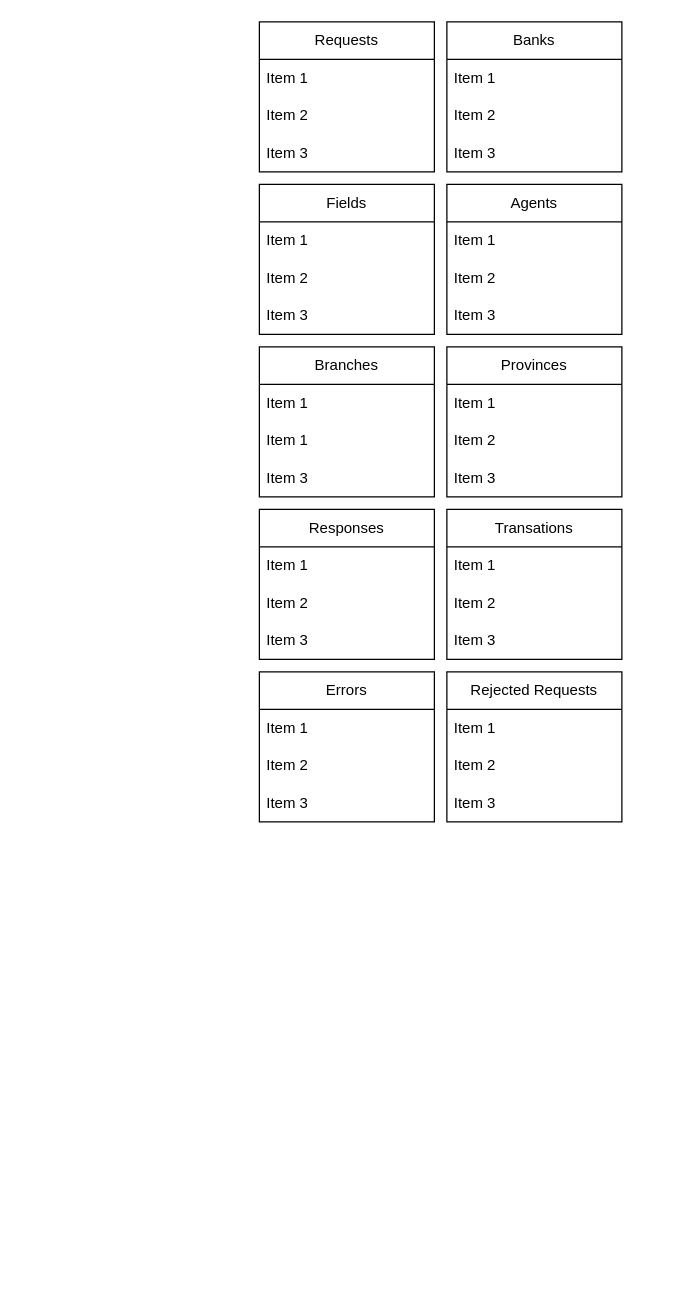
Above: PCPOSE.drawio in Promptamir/ER-short-notes (draw.io), before the change. Source tidied: cells renumbered, new cells numbered last; positions are measured from the earlier drawing's top-left corner, leaving out a move shared by most shapes. Both pictures are drawn from the tidied source at 125%, with x=0, y=0 at pixel (259, 21).
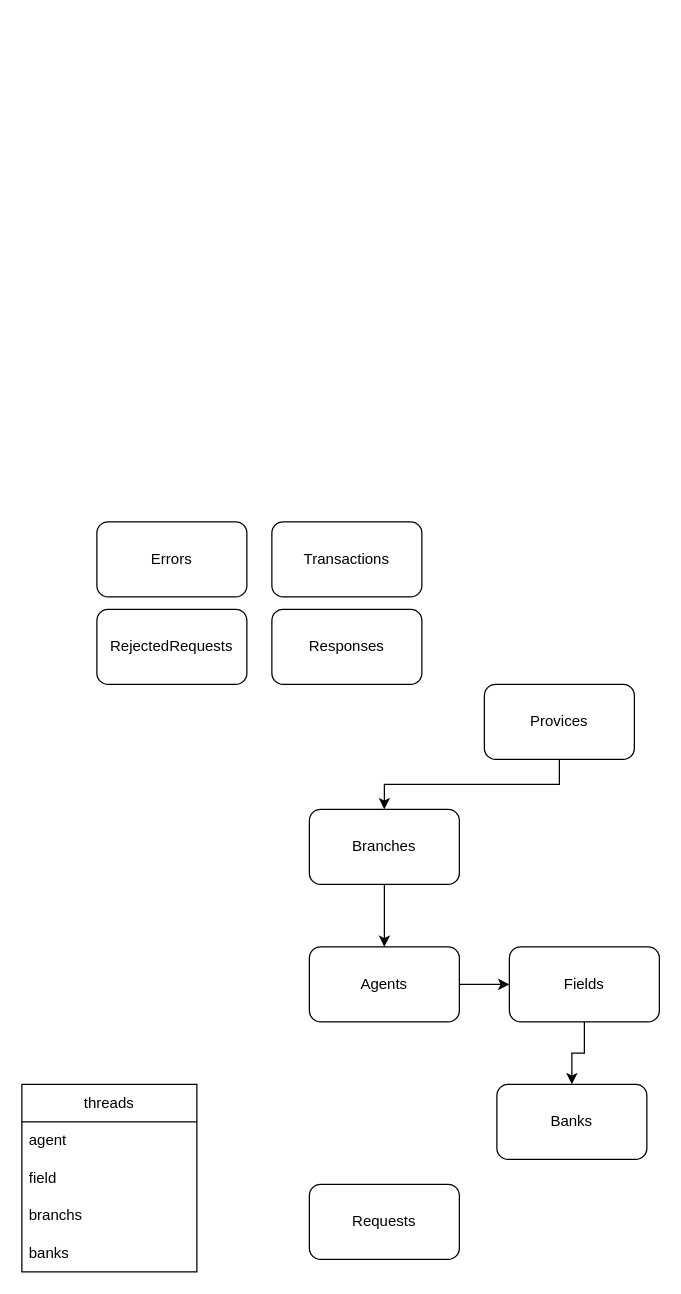
The same page after the edit.

Change to the diagram source:
```diff
@@
-    <mxCell id="2" value="Requests" style="swimlane;fontStyle=0;horizontal=1;startSize=30;whiteSpace=wrap;html=1;" parent="1" vertex="1">
-      <mxGeometry width="140" height="120" as="geometry" />
+    <mxCell id="2" value="Requests" style="rounded=1;whiteSpace=wrap;html=1;" parent="1" vertex="1">
+      <mxGeometry x="40" y="930" width="120" height="60" as="geometry" />
     </mxCell>
-    <mxCell id="3" value="Item 1" style="text;strokeColor=none;fillColor=none;align=left;verticalAlign=middle;spacingLeft=4;spacingRight=4;overflow=hidden;whiteSpace=wrap;html=1;" parent="2" vertex="1">
-      <mxGeometry y="30" width="140" height="30" as="geometry" />
-    </mxCell>
-    <mxCell id="4" value="Item 2" style="text;strokeColor=none;fillColor=none;align=left;verticalAlign=middle;spacingLeft=4;spacingRight=4;overflow=hidden;whiteSpace=wrap;html=1;" parent="2" vertex="1">
-      <mxGeometry y="60" width="140" height="30" as="geometry" />
-    </mxCell>
-    <mxCell id="5" value="Item 3" style="text;strokeColor=none;fillColor=none;align=left;verticalAlign=middle;spacingLeft=4;spacingRight=4;overflow=hidden;whiteSpace=wrap;html=1;" parent="2" vertex="1">
-      <mxGeometry y="90" width="140" height="30" as="geometry" />
-    </mxCell>
-    <mxCell id="6" value="Responses" style="swimlane;fontStyle=0;horizontal=1;startSize=30;whiteSpace=wrap;html=1;" parent="1" vertex="1">
-      <mxGeometry y="390" width="140" height="120" as="geometry" />
+    <mxCell id="6" value="Responses" style="rounded=1;whiteSpace=wrap;html=1;" parent="1" vertex="1">
+      <mxGeometry x="10" y="470" width="120" height="60" as="geometry" />
     </mxCell>
-    <mxCell id="7" value="Item 1" style="text;strokeColor=none;fillColor=none;align=left;verticalAlign=middle;spacingLeft=4;spacingRight=4;overflow=hidden;whiteSpace=wrap;html=1;" parent="6" vertex="1">
-      <mxGeometry y="30" width="140" height="30" as="geometry" />
-    </mxCell>
-    <mxCell id="8" value="Item 2" style="text;strokeColor=none;fillColor=none;align=left;verticalAlign=middle;spacingLeft=4;spacingRight=4;overflow=hidden;whiteSpace=wrap;html=1;" parent="6" vertex="1">
-      <mxGeometry y="60" width="140" height="30" as="geometry" />
-    </mxCell>
-    <mxCell id="9" value="Item 3" style="text;strokeColor=none;fillColor=none;align=left;verticalAlign=middle;spacingLeft=4;spacingRight=4;overflow=hidden;whiteSpace=wrap;html=1;" parent="6" vertex="1">
-      <mxGeometry y="90" width="140" height="30" as="geometry" />
-    </mxCell>
+    <mxCell id="42" style="edgeStyle=orthogonalEdgeStyle;rounded=0;jettySize=auto;html=1;exitX=0.5;exitY=1;exitDx=0;exitDy=0;entryX=0.5;entryY=0;entryDx=0;entryDy=0;" parent="1" edge="1" source="10" target="14">
+      <mxGeometry relative="1" as="geometry" />
+    </mxCell>
-    <mxCell id="10" value="Fields" style="swimlane;fontStyle=0;horizontal=1;startSize=30;whiteSpace=wrap;html=1;" parent="1" vertex="1">
-      <mxGeometry y="130" width="140" height="120" as="geometry" />
+    <mxCell id="10" value="Fields" style="rounded=1;whiteSpace=wrap;html=1;" parent="1" vertex="1">
+      <mxGeometry x="200" y="740" width="120" height="60" as="geometry" />
     </mxCell>
-    <mxCell id="11" value="Item 1" style="text;strokeColor=none;fillColor=none;align=left;verticalAlign=middle;spacingLeft=4;spacingRight=4;overflow=hidden;whiteSpace=wrap;html=1;" parent="10" vertex="1">
-      <mxGeometry y="30" width="140" height="30" as="geometry" />
-    </mxCell>
-    <mxCell id="12" value="Item 2" style="text;strokeColor=none;fillColor=none;align=left;verticalAlign=middle;spacingLeft=4;spacingRight=4;overflow=hidden;whiteSpace=wrap;html=1;" parent="10" vertex="1">
-      <mxGeometry y="60" width="140" height="30" as="geometry" />
-    </mxCell>
-    <mxCell id="13" value="Item 3" style="text;strokeColor=none;fillColor=none;align=left;verticalAlign=middle;spacingLeft=4;spacingRight=4;overflow=hidden;whiteSpace=wrap;html=1;" parent="10" vertex="1">
-      <mxGeometry y="90" width="140" height="30" as="geometry" />
-    </mxCell>
-    <mxCell id="14" value="Banks" style="swimlane;fontStyle=0;horizontal=1;startSize=30;whiteSpace=wrap;html=1;" parent="1" vertex="1">
-      <mxGeometry x="150" width="140" height="120" as="geometry" />
+    <mxCell id="14" value="Banks" style="rounded=1;whiteSpace=wrap;html=1;" parent="1" vertex="1">
+      <mxGeometry x="190" y="850" width="120" height="60" as="geometry" />
     </mxCell>
-    <mxCell id="15" value="Item 1" style="text;strokeColor=none;fillColor=none;align=left;verticalAlign=middle;spacingLeft=4;spacingRight=4;overflow=hidden;whiteSpace=wrap;html=1;" parent="14" vertex="1">
-      <mxGeometry y="30" width="140" height="30" as="geometry" />
-    </mxCell>
-    <mxCell id="16" value="Item 2" style="text;strokeColor=none;fillColor=none;align=left;verticalAlign=middle;spacingLeft=4;spacingRight=4;overflow=hidden;whiteSpace=wrap;html=1;" parent="14" vertex="1">
-      <mxGeometry y="60" width="140" height="30" as="geometry" />
-    </mxCell>
-    <mxCell id="17" value="Item 3" style="text;strokeColor=none;fillColor=none;align=left;verticalAlign=middle;spacingLeft=4;spacingRight=4;overflow=hidden;whiteSpace=wrap;html=1;" parent="14" vertex="1">
-      <mxGeometry y="90" width="140" height="30" as="geometry" />
-    </mxCell>
+    <mxCell id="43" style="edgeStyle=orthogonalEdgeStyle;rounded=0;jettySize=auto;html=1;exitX=1;exitY=0.5;exitDx=0;exitDy=0;entryX=0;entryY=0.5;entryDx=0;entryDy=0;" parent="1" edge="1" source="18" target="10">
+      <mxGeometry relative="1" as="geometry" />
+    </mxCell>
-    <mxCell id="18" value="Agents" style="swimlane;fontStyle=0;horizontal=1;startSize=30;whiteSpace=wrap;html=1;" parent="1" vertex="1">
-      <mxGeometry x="150" y="130" width="140" height="120" as="geometry" />
+    <mxCell id="18" value="Agents" style="rounded=1;whiteSpace=wrap;html=1;" parent="1" vertex="1">
+      <mxGeometry x="40" y="740" width="120" height="60" as="geometry" />
     </mxCell>
-    <mxCell id="19" value="Item 1" style="text;strokeColor=none;fillColor=none;align=left;verticalAlign=middle;spacingLeft=4;spacingRight=4;overflow=hidden;whiteSpace=wrap;html=1;" parent="18" vertex="1">
-      <mxGeometry y="30" width="140" height="30" as="geometry" />
-    </mxCell>
-    <mxCell id="20" value="Item 2" style="text;strokeColor=none;fillColor=none;align=left;verticalAlign=middle;spacingLeft=4;spacingRight=4;overflow=hidden;whiteSpace=wrap;html=1;" parent="18" vertex="1">
-      <mxGeometry y="60" width="140" height="30" as="geometry" />
-    </mxCell>
-    <mxCell id="21" value="Item 3" style="text;strokeColor=none;fillColor=none;align=left;verticalAlign=middle;spacingLeft=4;spacingRight=4;overflow=hidden;whiteSpace=wrap;html=1;" parent="18" vertex="1">
-      <mxGeometry y="90" width="140" height="30" as="geometry" />
-    </mxCell>
+    <mxCell id="44" style="edgeStyle=orthogonalEdgeStyle;rounded=0;jettySize=auto;html=1;exitX=0.5;exitY=1;exitDx=0;exitDy=0;entryX=0.5;entryY=0;entryDx=0;entryDy=0;" parent="1" edge="1" source="22" target="18">
+      <mxGeometry relative="1" as="geometry" />
+    </mxCell>
-    <mxCell id="22" value="Branches" style="swimlane;fontStyle=0;horizontal=1;startSize=30;whiteSpace=wrap;html=1;" parent="1" vertex="1">
-      <mxGeometry y="260" width="140" height="120" as="geometry" />
+    <mxCell id="22" value="Branches" style="rounded=1;whiteSpace=wrap;html=1;" parent="1" vertex="1">
+      <mxGeometry x="40" y="630" width="120" height="60" as="geometry" />
     </mxCell>
-    <mxCell id="23" value="Item 1" style="text;strokeColor=none;fillColor=none;align=left;verticalAlign=middle;spacingLeft=4;spacingRight=4;overflow=hidden;whiteSpace=wrap;html=1;" parent="22" vertex="1">
-      <mxGeometry y="30" width="140" height="30" as="geometry" />
-    </mxCell>
-    <mxCell id="24" value="Item 1" style="text;strokeColor=none;fillColor=none;align=left;verticalAlign=middle;spacingLeft=4;spacingRight=4;overflow=hidden;whiteSpace=wrap;html=1;" parent="22" vertex="1">
-      <mxGeometry y="60" width="140" height="30" as="geometry" />
-    </mxCell>
-    <mxCell id="25" value="Item 3" style="text;strokeColor=none;fillColor=none;align=left;verticalAlign=middle;spacingLeft=4;spacingRight=4;overflow=hidden;whiteSpace=wrap;html=1;" parent="22" vertex="1">
-      <mxGeometry y="90" width="140" height="30" as="geometry" />
-    </mxCell>
-    <mxCell id="26" value="Provinces" style="swimlane;fontStyle=0;horizontal=1;startSize=30;whiteSpace=wrap;html=1;" parent="1" vertex="1">
-      <mxGeometry x="150" y="260" width="140" height="120" as="geometry" />
-    </mxCell>
-    <mxCell id="27" value="Item 1" style="text;strokeColor=none;fillColor=none;align=left;verticalAlign=middle;spacingLeft=4;spacingRight=4;overflow=hidden;whiteSpace=wrap;html=1;" parent="26" vertex="1">
-      <mxGeometry y="30" width="140" height="30" as="geometry" />
-    </mxCell>
-    <mxCell id="28" value="Item 2" style="text;strokeColor=none;fillColor=none;align=left;verticalAlign=middle;spacingLeft=4;spacingRight=4;overflow=hidden;whiteSpace=wrap;html=1;" parent="26" vertex="1">
-      <mxGeometry y="60" width="140" height="30" as="geometry" />
-    </mxCell>
-    <mxCell id="29" value="Item 3" style="text;strokeColor=none;fillColor=none;align=left;verticalAlign=middle;spacingLeft=4;spacingRight=4;overflow=hidden;whiteSpace=wrap;html=1;" parent="26" vertex="1">
-      <mxGeometry y="90" width="140" height="30" as="geometry" />
-    </mxCell>
-    <mxCell id="30" value="Transations" style="swimlane;fontStyle=0;horizontal=1;startSize=30;whiteSpace=wrap;html=1;" parent="1" vertex="1">
-      <mxGeometry x="150" y="390" width="140" height="120" as="geometry" />
-    </mxCell>
-    <mxCell id="31" value="Item 1" style="text;strokeColor=none;fillColor=none;align=left;verticalAlign=middle;spacingLeft=4;spacingRight=4;overflow=hidden;whiteSpace=wrap;html=1;" parent="30" vertex="1">
-      <mxGeometry y="30" width="140" height="30" as="geometry" />
-    </mxCell>
-    <mxCell id="32" value="Item 2" style="text;strokeColor=none;fillColor=none;align=left;verticalAlign=middle;spacingLeft=4;spacingRight=4;overflow=hidden;whiteSpace=wrap;html=1;" parent="30" vertex="1">
-      <mxGeometry y="60" width="140" height="30" as="geometry" />
-    </mxCell>
-    <mxCell id="33" value="Item 3" style="text;strokeColor=none;fillColor=none;align=left;verticalAlign=middle;spacingLeft=4;spacingRight=4;overflow=hidden;whiteSpace=wrap;html=1;" parent="30" vertex="1">
-      <mxGeometry y="90" width="140" height="30" as="geometry" />
-    </mxCell>
+    <mxCell id="45" style="edgeStyle=orthogonalEdgeStyle;rounded=0;jettySize=auto;html=1;exitX=0.5;exitY=1;exitDx=0;exitDy=0;entryX=0.5;entryY=0;entryDx=0;entryDy=0;" parent="1" edge="1" source="46" target="22">
+      <mxGeometry relative="1" as="geometry" />
+    </mxCell>
+    <mxCell id="46" value="Provices" style="rounded=1;whiteSpace=wrap;html=1;" parent="1" vertex="1">
+      <mxGeometry x="180" y="530" width="120" height="60" as="geometry" />
+    </mxCell>
+    <mxCell id="47" value="Transactions" style="rounded=1;whiteSpace=wrap;html=1;" parent="1" vertex="1">
+      <mxGeometry x="10" y="400" width="120" height="60" as="geometry" />
+    </mxCell>
-    <mxCell id="34" value="Errors" style="swimlane;fontStyle=0;horizontal=1;startSize=30;whiteSpace=wrap;html=1;" parent="1" vertex="1">
-      <mxGeometry y="520" width="140" height="120" as="geometry" />
+    <mxCell id="34" value="Errors" style="rounded=1;whiteSpace=wrap;html=1;" parent="1" vertex="1">
+      <mxGeometry x="-130" y="400" width="120" height="60" as="geometry" />
     </mxCell>
-    <mxCell id="35" value="Item 1" style="text;strokeColor=none;fillColor=none;align=left;verticalAlign=middle;spacingLeft=4;spacingRight=4;overflow=hidden;whiteSpace=wrap;html=1;" parent="34" vertex="1">
-      <mxGeometry y="30" width="140" height="30" as="geometry" />
-    </mxCell>
-    <mxCell id="36" value="Item 2" style="text;strokeColor=none;fillColor=none;align=left;verticalAlign=middle;spacingLeft=4;spacingRight=4;overflow=hidden;whiteSpace=wrap;html=1;" parent="34" vertex="1">
-      <mxGeometry y="60" width="140" height="30" as="geometry" />
-    </mxCell>
-    <mxCell id="37" value="Item 3" style="text;strokeColor=none;fillColor=none;align=left;verticalAlign=middle;spacingLeft=4;spacingRight=4;overflow=hidden;whiteSpace=wrap;html=1;" parent="34" vertex="1">
-      <mxGeometry y="90" width="140" height="30" as="geometry" />
-    </mxCell>
-    <mxCell id="38" value="Rejected Requests" style="swimlane;fontStyle=0;horizontal=1;startSize=30;whiteSpace=wrap;html=1;" parent="1" vertex="1">
-      <mxGeometry x="150" y="520" width="140" height="120" as="geometry" />
-    </mxCell>
-    <mxCell id="39" value="Item 1" style="text;strokeColor=none;fillColor=none;align=left;verticalAlign=middle;spacingLeft=4;spacingRight=4;overflow=hidden;whiteSpace=wrap;html=1;" parent="38" vertex="1">
-      <mxGeometry y="30" width="140" height="30" as="geometry" />
-    </mxCell>
-    <mxCell id="40" value="Item 2" style="text;strokeColor=none;fillColor=none;align=left;verticalAlign=middle;spacingLeft=4;spacingRight=4;overflow=hidden;whiteSpace=wrap;html=1;" parent="38" vertex="1">
-      <mxGeometry y="60" width="140" height="30" as="geometry" />
-    </mxCell>
-    <mxCell id="41" value="Item 3" style="text;strokeColor=none;fillColor=none;align=left;verticalAlign=middle;spacingLeft=4;spacingRight=4;overflow=hidden;whiteSpace=wrap;html=1;" parent="38" vertex="1">
-      <mxGeometry y="90" width="140" height="30" as="geometry" />
-    </mxCell>
+    <mxCell id="48" value="RejectedRequests" style="rounded=1;whiteSpace=wrap;html=1;" parent="1" vertex="1">
+      <mxGeometry x="-130" y="470" width="120" height="60" as="geometry" />
+    </mxCell>
+    <mxCell id="49" value="&lt;span&gt;threads&lt;/span&gt;" style="swimlane;fontStyle=0;horizontal=1;startSize=30;whiteSpace=wrap;html=1;" parent="1" vertex="1">
+      <mxGeometry x="-190" y="850" width="140" height="150" as="geometry" />
+    </mxCell>
+    <mxCell id="50" value="agent" style="text;strokeColor=none;fillColor=none;align=left;verticalAlign=middle;spacingLeft=4;spacingRight=4;overflow=hidden;whiteSpace=wrap;html=1;" parent="49" vertex="1">
+      <mxGeometry y="30" width="140" height="30" as="geometry" />
+    </mxCell>
+    <mxCell id="51" value="field" style="text;strokeColor=none;fillColor=none;align=left;verticalAlign=middle;spacingLeft=4;spacingRight=4;overflow=hidden;whiteSpace=wrap;html=1;" parent="49" vertex="1">
+      <mxGeometry y="60" width="140" height="30" as="geometry" />
+    </mxCell>
+    <mxCell id="52" value="branchs" style="text;strokeColor=none;fillColor=none;align=left;verticalAlign=middle;spacingLeft=4;spacingRight=4;overflow=hidden;whiteSpace=wrap;html=1;" parent="49" vertex="1">
+      <mxGeometry y="90" width="140" height="30" as="geometry" />
+    </mxCell>
+    <mxCell id="53" value="banks" style="text;strokeColor=none;fillColor=none;align=left;verticalAlign=middle;spacingLeft=4;spacingRight=4;overflow=hidden;whiteSpace=wrap;html=1;" parent="49" vertex="1">
+      <mxGeometry y="120" width="140" height="30" as="geometry" />
+    </mxCell>
```
